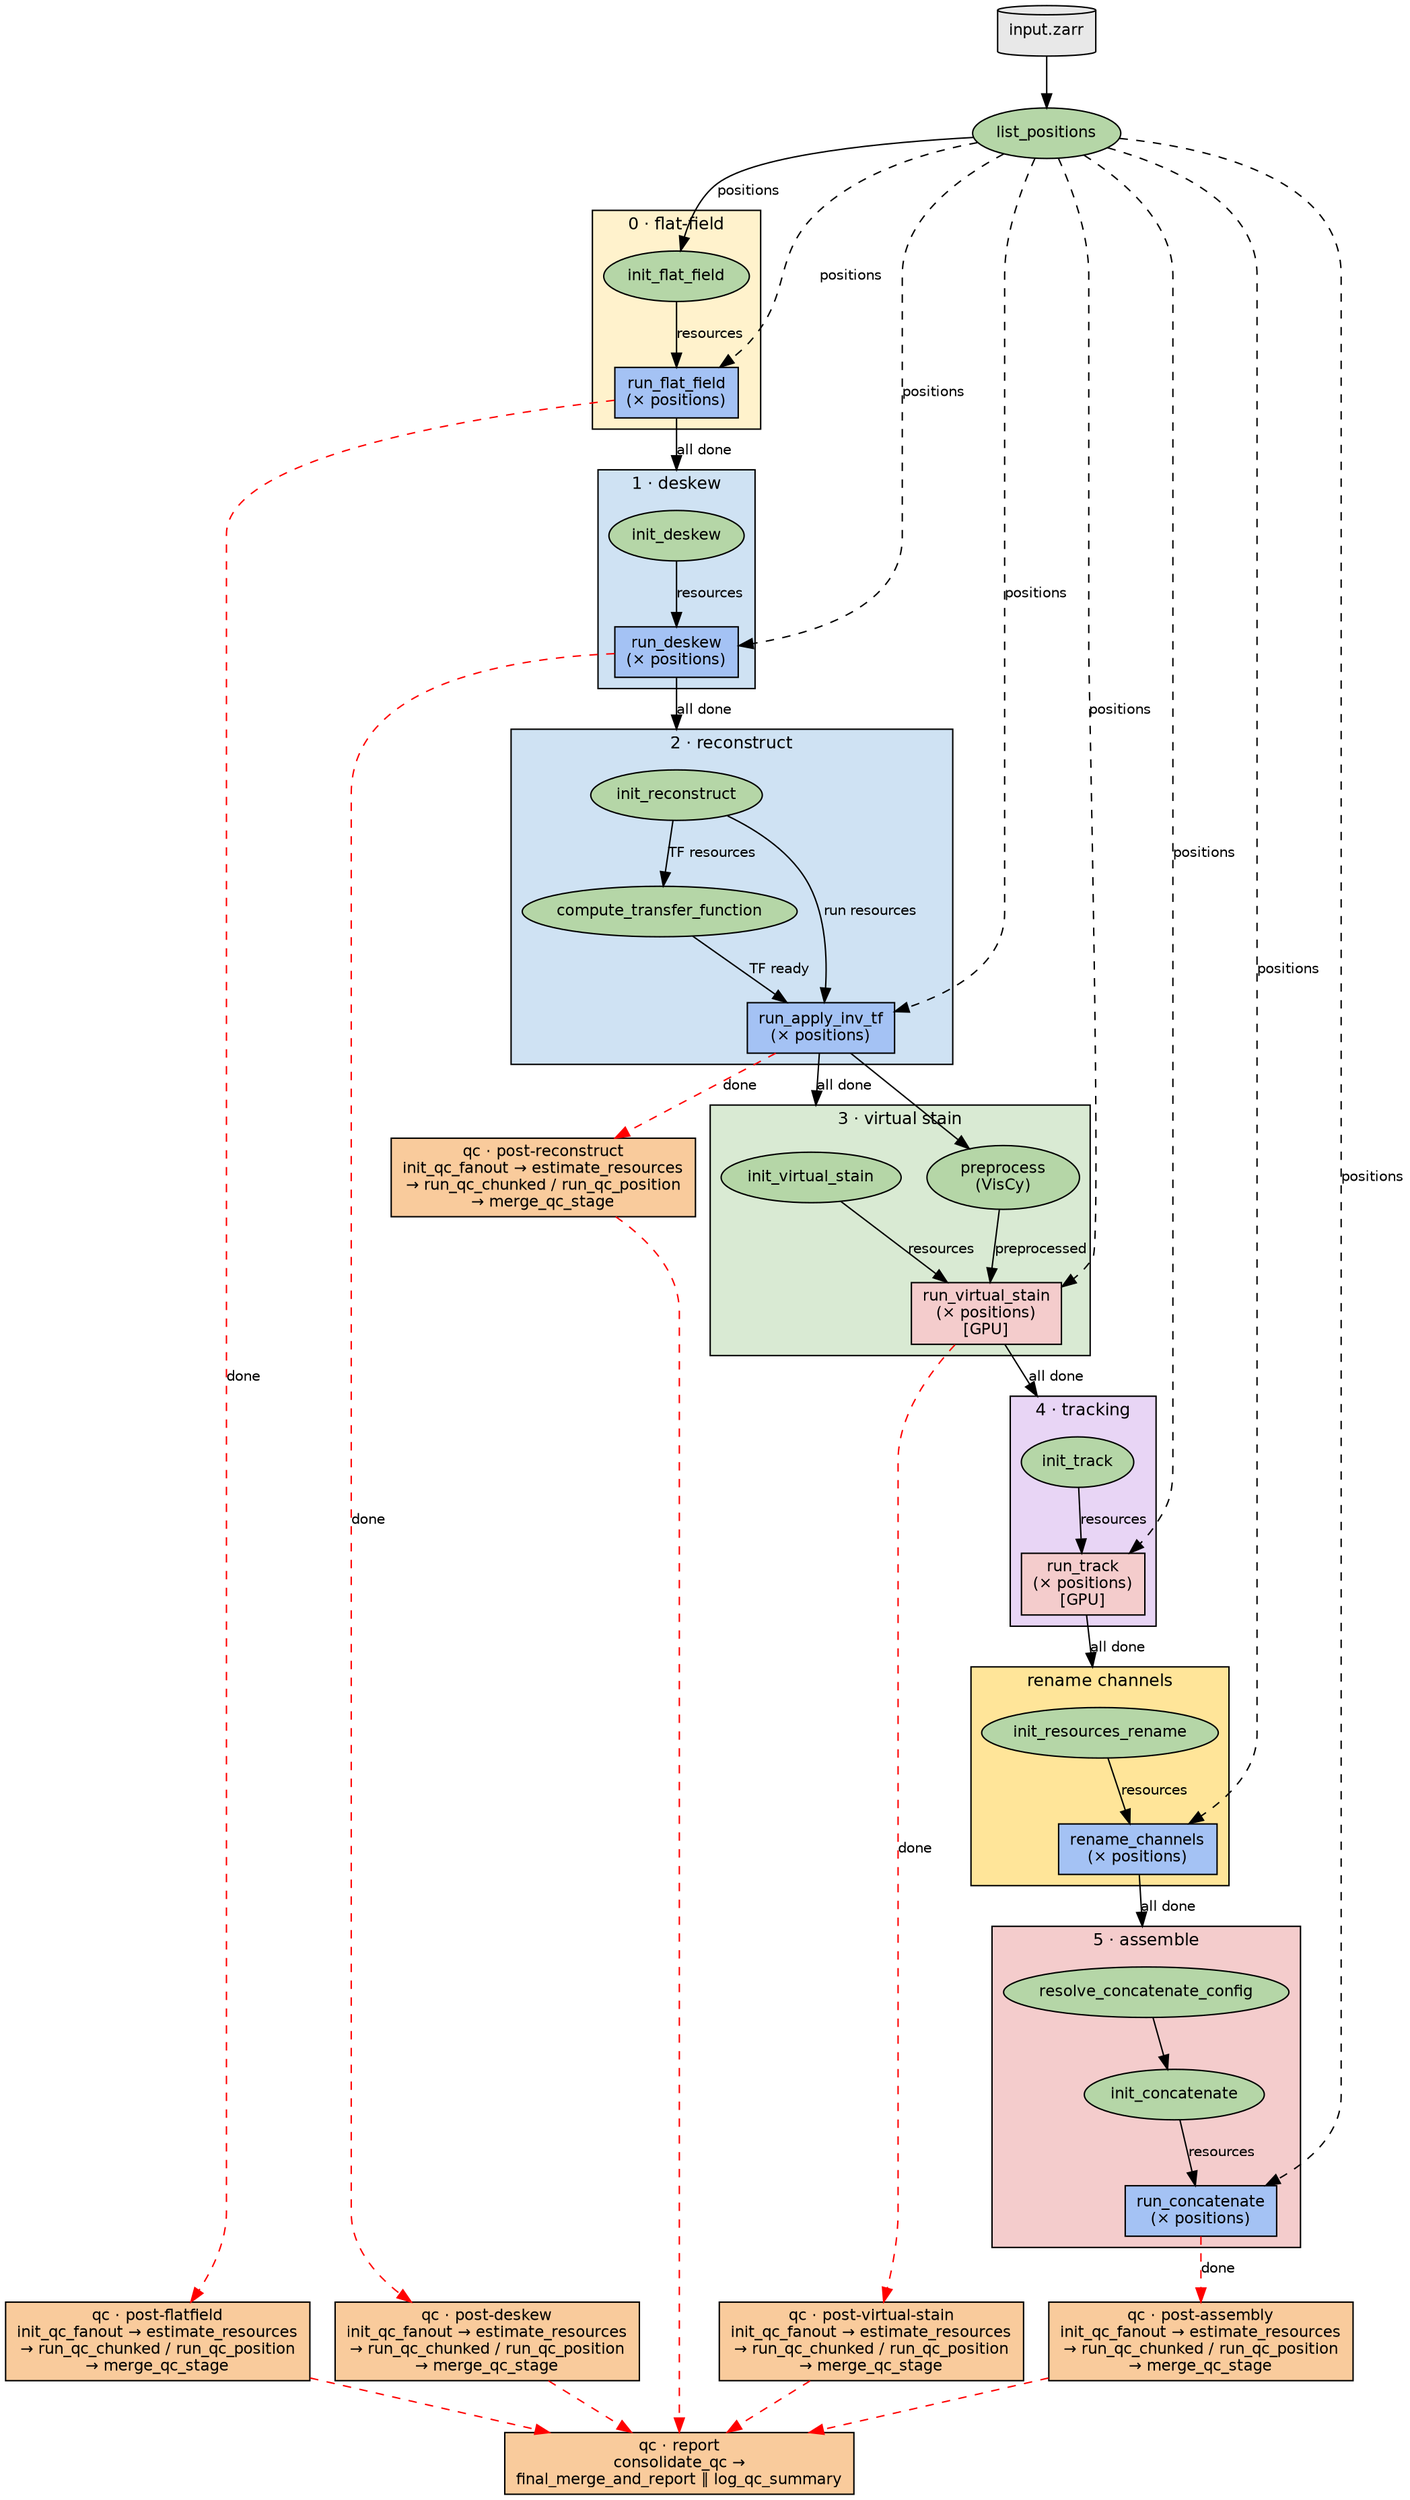
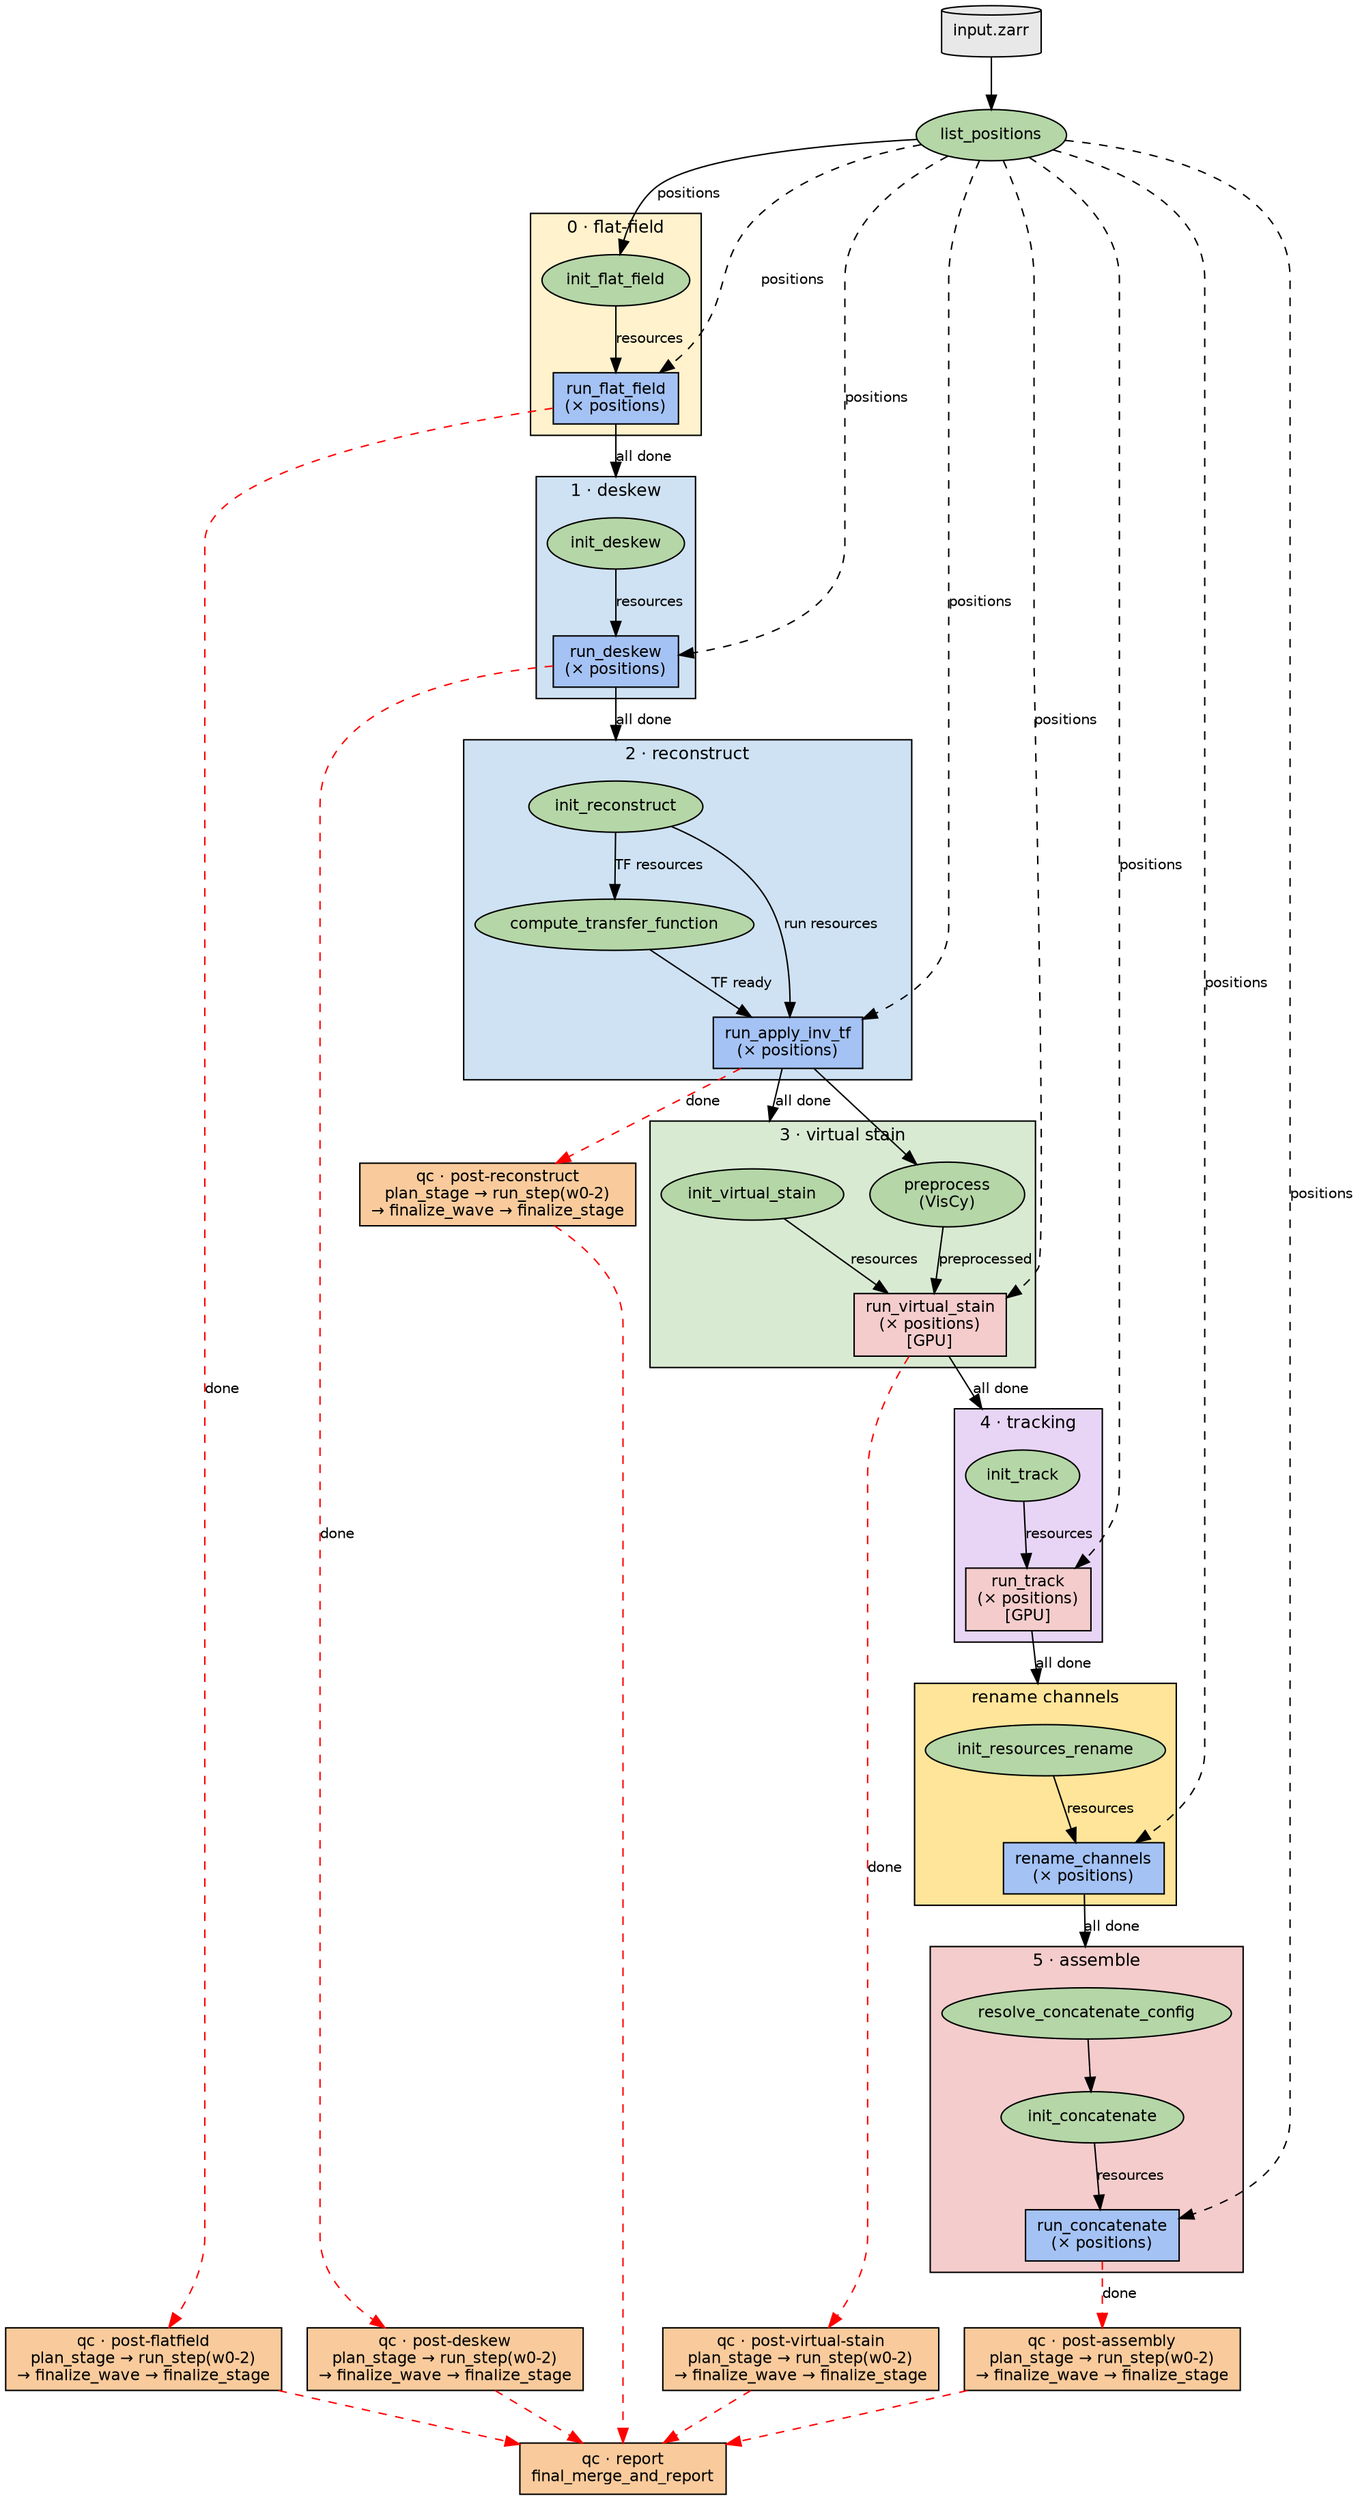
digraph pipeline {
    rankdir=TB
    fontname="Helvetica"
    node [fontname="Helvetica" fontsize=11 style=filled]
    edge [fontname="Helvetica" fontsize=10]
    compound=true

    // ── Colors ──
    // green  #B5D6A7 = init / single-run
    // blue   #A4C2F4 = fan-out per-position
    // pink   #F4CCCC = GPU fan-out
    // gold   #FFE599 = collect barrier
    // salmon #F9CB9C = QC stages
    // purple #D9D2E9 = optional

    // ════════════════════════════════════════
    //  Input
    // ════════════════════════════════════════
    input_zarr      [shape=cylinder fillcolor="#E8E8E8" label="input.zarr"]
    list_positions  [shape=ellipse fillcolor="#B5D6A7" label="list_positions"]

    input_zarr -> list_positions

    // ════════════════════════════════════════
    //  0 · flat-field
    // ════════════════════════════════════════
    subgraph cluster_ff {
        label="0 · flat-field" style=filled fillcolor="#FFF2CC"
        fontname="Helvetica" fontsize=12
        init_flat_field [shape=ellipse fillcolor="#B5D6A7" label="init_flat_field"]
        run_flat_field  [shape=box fillcolor="#A4C2F4"
                         label="run_flat_field\n(× positions)"]
        init_flat_field -> run_flat_field [label="resources"]
    }

    // ════════════════════════════════════════
    //  1 · deskew
    // ════════════════════════════════════════
    subgraph cluster_dk {
        label="1 · deskew" style=filled fillcolor="#CFE2F3"
        fontname="Helvetica" fontsize=12
        init_deskew [shape=ellipse fillcolor="#B5D6A7" label="init_deskew"]
        run_deskew  [shape=box fillcolor="#A4C2F4"
                     label="run_deskew\n(× positions)"]
        init_deskew -> run_deskew [label="resources"]
    }

    // ════════════════════════════════════════
    //  2 · reconstruct
    // ════════════════════════════════════════
    subgraph cluster_rc {
        label="2 · reconstruct" style=filled fillcolor="#CFE2F3"
        fontname="Helvetica" fontsize=12
        init_reconstruct    [shape=ellipse fillcolor="#B5D6A7" label="init_reconstruct"]
        compute_tf          [shape=ellipse fillcolor="#B5D6A7" label="compute_transfer_function"]
        run_apply_inv_tf    [shape=box fillcolor="#A4C2F4"
                             label="run_apply_inv_tf\n(× positions)"]
        init_reconstruct -> compute_tf       [label="TF resources"]
        init_reconstruct -> run_apply_inv_tf [label="run resources"]
        compute_tf -> run_apply_inv_tf       [label="TF ready"]
    }

    // ════════════════════════════════════════
    //  3 · virtual stain
    // ════════════════════════════════════════
    subgraph cluster_vs {
        label="3 · virtual stain" style=filled fillcolor="#D9EAD3"
        fontname="Helvetica" fontsize=12
        init_virtual_stain [shape=ellipse fillcolor="#B5D6A7" label="init_virtual_stain"]
        preprocess_vs      [shape=ellipse fillcolor="#B5D6A7" label="preprocess\n(VisCy)"]
        run_virtual_stain  [shape=box fillcolor="#F4CCCC"
                            label="run_virtual_stain\n(× positions)\n[GPU]"]
        init_virtual_stain -> run_virtual_stain [label="resources"]
        preprocess_vs -> run_virtual_stain      [label="preprocessed"]
    }

    // ════════════════════════════════════════
    //  4 · tracking
    // ════════════════════════════════════════
    subgraph cluster_tk {
        label="4 · tracking" style=filled fillcolor="#E8D5F5"
        fontname="Helvetica" fontsize=12
        init_track [shape=ellipse fillcolor="#B5D6A7" label="init_track"]
        run_track  [shape=box fillcolor="#F4CCCC"
                    label="run_track\n(× positions)\n[GPU]"]
        init_track -> run_track [label="resources"]
    }

    // ════════════════════════════════════════
    //  rename channels
    // ════════════════════════════════════════
    subgraph cluster_rn {
        label="rename channels" style=filled fillcolor="#FFE599"
        fontname="Helvetica" fontsize=12
        init_resources_rename [shape=ellipse fillcolor="#B5D6A7"
                               label="init_resources_rename"]
        rename_channels       [shape=box fillcolor="#A4C2F4"
                               label="rename_channels\n(× positions)"]
        init_resources_rename -> rename_channels [label="resources"]
    }

    // ════════════════════════════════════════
    //  5 · assemble
    // ════════════════════════════════════════
    subgraph cluster_asm {
        label="5 · assemble" style=filled fillcolor="#F4CCCC"
        fontname="Helvetica" fontsize=12
        resolve_concat_config [shape=ellipse fillcolor="#B5D6A7" label="resolve_concatenate_config"]
        init_concatenate      [shape=ellipse fillcolor="#B5D6A7" label="init_concatenate"]
        run_concatenate       [shape=box fillcolor="#A4C2F4"
                               label="run_concatenate\n(× positions)"]
        resolve_concat_config -> init_concatenate
        init_concatenate -> run_concatenate [label="resources"]
    }

    // ════════════════════════════════════════
-     //  QC stages (each: init_chunks → splitCsv → run_qc_chunk → merge)
+     //  QC stages (each: plan_stage -> run_step waves -> finalize_stage)
    // ════════════════════════════════════════
-     qc_ff  [shape=box fillcolor="#F9CB9C" label="qc · post-flatfield\ninit_qc_fanout → estimate_resources\n→ run_qc_chunked / run_qc_position\n→ merge_qc_stage"]
-     qc_dk  [shape=box fillcolor="#F9CB9C" label="qc · post-deskew\ninit_qc_fanout → estimate_resources\n→ run_qc_chunked / run_qc_position\n→ merge_qc_stage"]
-     qc_rc  [shape=box fillcolor="#F9CB9C" label="qc · post-reconstruct\ninit_qc_fanout → estimate_resources\n→ run_qc_chunked / run_qc_position\n→ merge_qc_stage"]
-     qc_vs  [shape=box fillcolor="#F9CB9C" label="qc · post-virtual-stain\ninit_qc_fanout → estimate_resources\n→ run_qc_chunked / run_qc_position\n→ merge_qc_stage"]
-     qc_asm [shape=box fillcolor="#F9CB9C" label="qc · post-assembly\ninit_qc_fanout → estimate_resources\n→ run_qc_chunked / run_qc_position\n→ merge_qc_stage"]
+     qc_ff  [shape=box fillcolor="#F9CB9C" label="qc · post-flatfield\nplan_stage → run_step(w0-2)\n→ finalize_wave → finalize_stage"]
+     qc_dk  [shape=box fillcolor="#F9CB9C" label="qc · post-deskew\nplan_stage → run_step(w0-2)\n→ finalize_wave → finalize_stage"]
+     qc_rc  [shape=box fillcolor="#F9CB9C" label="qc · post-reconstruct\nplan_stage → run_step(w0-2)\n→ finalize_wave → finalize_stage"]
+     qc_vs  [shape=box fillcolor="#F9CB9C" label="qc · post-virtual-stain\nplan_stage → run_step(w0-2)\n→ finalize_wave → finalize_stage"]
+     qc_asm [shape=box fillcolor="#F9CB9C" label="qc · post-assembly\nplan_stage → run_step(w0-2)\n→ finalize_wave → finalize_stage"]

-     qc_report [shape=box fillcolor="#F9CB9C" label="qc · report\nconsolidate_qc →\nfinal_merge_and_report ∥ log_qc_summary"]
+     qc_report [shape=box fillcolor="#F9CB9C" label="qc · report\nfinal_merge_and_report"]

    // ════════════════════════════════════════
    //  Main pipeline edges
    // ════════════════════════════════════════
    list_positions -> init_flat_field     [label="positions"]
    list_positions -> run_flat_field      [style=dashed label="positions"]
    list_positions -> run_deskew          [style=dashed label="positions"]
    list_positions -> run_apply_inv_tf    [style=dashed label="positions"]
    list_positions -> run_virtual_stain   [style=dashed label="positions"]
    list_positions -> run_track           [style=dashed label="positions"]
    list_positions -> rename_channels     [style=dashed label="positions"]
    list_positions -> run_concatenate     [style=dashed label="positions"]

    run_flat_field -> init_deskew         [label="all done" lhead=cluster_dk]
    run_deskew -> init_reconstruct        [label="all done" lhead=cluster_rc]
    run_apply_inv_tf -> init_virtual_stain [label="all done" lhead=cluster_vs]
    run_apply_inv_tf -> preprocess_vs
    run_virtual_stain -> init_track       [label="all done" lhead=cluster_tk]
    run_track -> init_resources_rename    [label="all done" lhead=cluster_rn]
    rename_channels -> resolve_concat_config [label="all done" lhead=cluster_asm]

    // ════════════════════════════════════════
    //  QC edges (red, dashed)
    // ════════════════════════════════════════
    run_flat_field -> qc_ff       [color=red style=dashed label="done"]
    run_deskew -> qc_dk           [color=red style=dashed label="done"]
    run_apply_inv_tf -> qc_rc     [color=red style=dashed label="done"]
    run_virtual_stain -> qc_vs    [color=red style=dashed label="done"]
    run_concatenate -> qc_asm     [color=red style=dashed label="done"]

    qc_ff -> qc_report            [color=red style=dashed]
    qc_dk -> qc_report            [color=red style=dashed]
    qc_rc -> qc_report            [color=red style=dashed]
    qc_vs -> qc_report            [color=red style=dashed]
    qc_asm -> qc_report           [color=red style=dashed]
}
